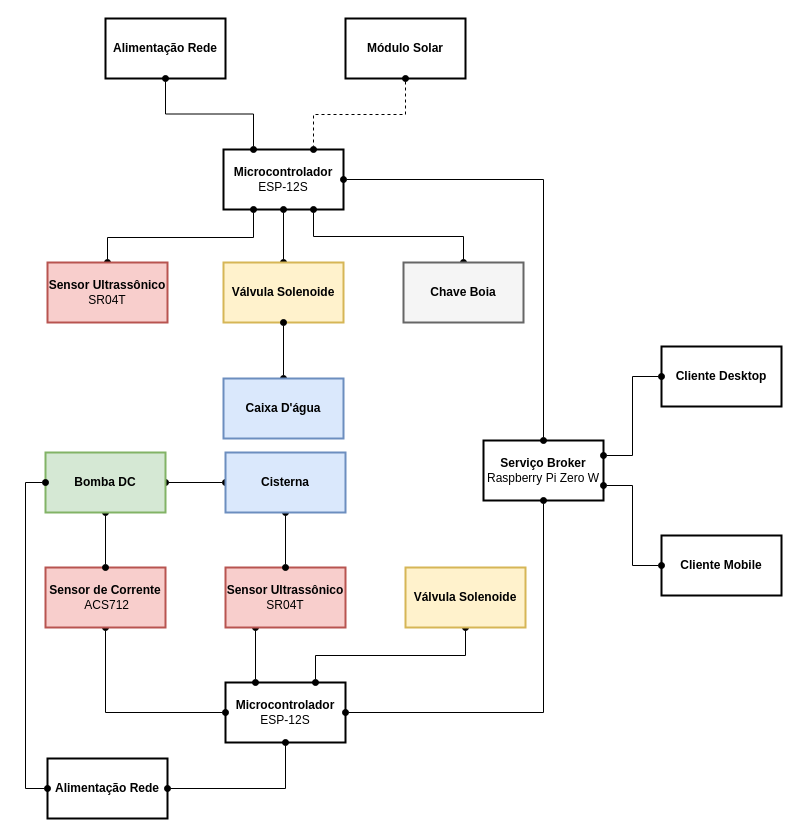
Before: diagramas/esquema_cisterna.drawio in raphaelnunes67/TCC, a draw.io diagram. Source tidied: cells renumbered, new cells numbered last; positions are measured from the earlier drawing's top-left corner, leaving out a move shared by most shapes. Both pictures are drawn from the tidied source at 100%, with x=0, y=0 at pixel (25, 18).
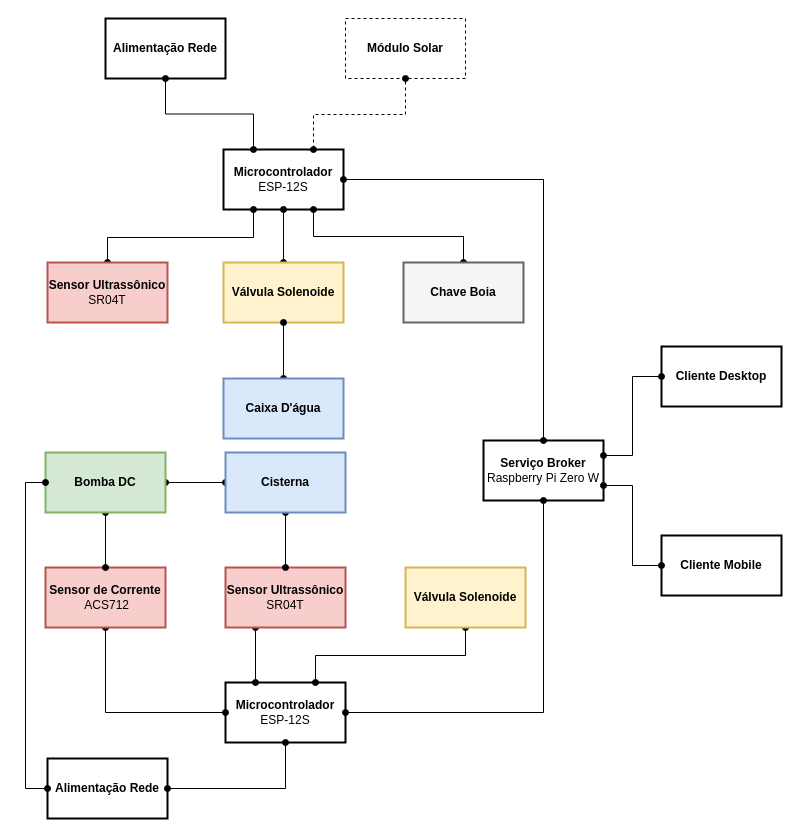
Above is the later version.

The edit, as a diff of the source:
```diff
@@
-    <mxCell id="26" value="&lt;font color=&quot;#000000&quot;&gt;&lt;b&gt;Módulo Solar&lt;/b&gt;&lt;/font&gt;" style="rounded=0;whiteSpace=wrap;html=1;fillColor=none;strokeColor=#000000;strokeWidth=2;" parent="1" vertex="1">
+    <mxCell id="26" value="&lt;font color=&quot;#000000&quot;&gt;&lt;b&gt;Módulo Solar&lt;/b&gt;&lt;/font&gt;" style="rounded=0;whiteSpace=wrap;html=1;fillColor=none;strokeColor=#000000;strokeWidth=1;dashed=1;" parent="1" vertex="1">
       <mxGeometry x="320" width="120" height="60" as="geometry" />
     </mxCell>
```
